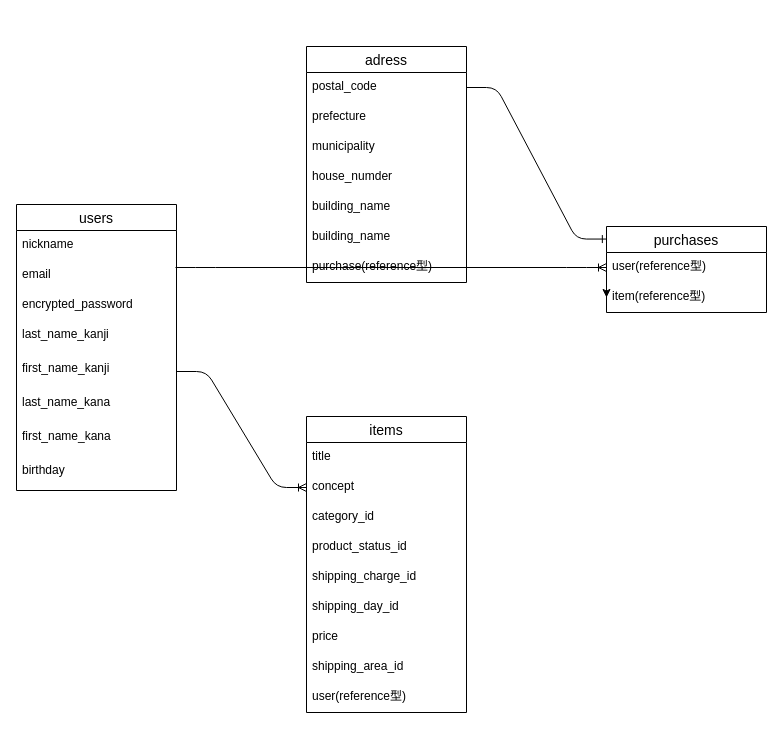
The draw.io diagram furima.dio in yusei0726/furima-30315, before the edit. Source tidied: cells renumbered, new cells numbered last; positions are measured from the earlier drawing's top-left corner, leaving out a move shared by most shapes. Both pictures are drawn from the tidied source at 100%, with x=0, y=0 at pixel (16, 46).
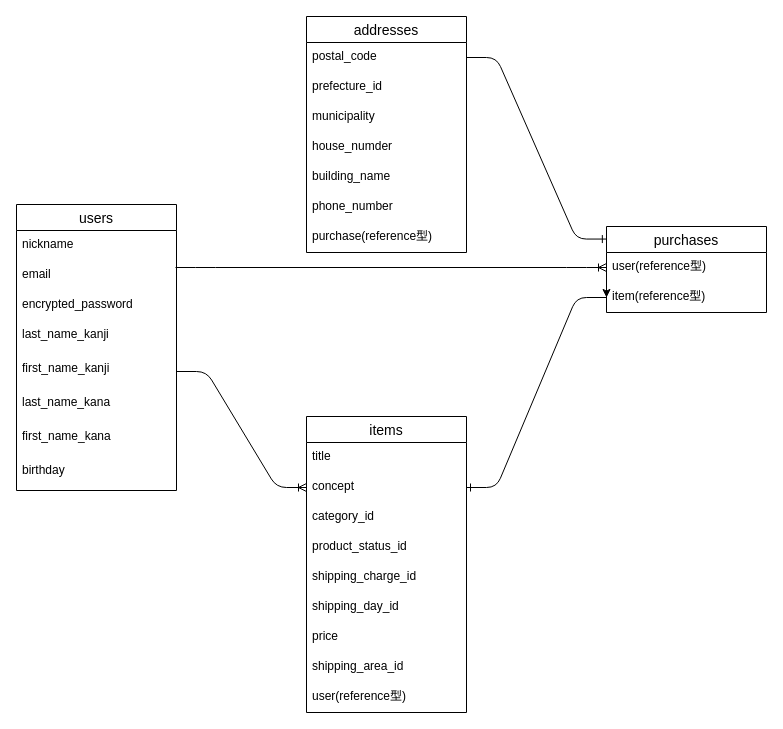
The same diagram, later.

Commit message (it also covers changes not shown here):
データベース設計の修正(3回目)

The change refers to these unchanged cells:
```xml
<mxCell id="4" value="concept" style="text;strokeColor=none;fillColor=none;spacingLeft=4;spacingRight=4;overflow=hidden;points=[[0,0.5],[1,0.5]];portConstraint=eastwest;fontSize=12;" parent="2" vertex="1">
  <mxGeometry y="56" width="160" height="30" as="geometry" />
</mxCell>
<mxCell id="23" value="item(reference型)" style="text;strokeColor=none;fillColor=none;spacingLeft=4;spacingRight=4;overflow=hidden;points=[[0,0.5],[1,0.5]];portConstraint=eastwest;fontSize=12;" parent="20" vertex="1">
  <mxGeometry y="56" width="160" height="30" as="geometry" />
</mxCell>
```

Change to the diagram source:
```diff
@@
-    <mxCell id="12" value="adress" style="swimlane;fontStyle=0;horizontal=1;startSize=26;align=center;fontSize=14;" parent="1" vertex="1">
-      <mxGeometry x="290" width="160" height="236" as="geometry" />
+    <mxCell id="12" value="addresses" style="swimlane;fontStyle=0;horizontal=1;startSize=26;align=center;fontSize=14;" parent="1" vertex="1">
+      <mxGeometry x="290" y="-30" width="160" height="236" as="geometry" />
     </mxCell>
@@
-    <mxCell id="14" value="prefecture" style="text;strokeColor=none;fillColor=none;spacingLeft=4;spacingRight=4;overflow=hidden;fontSize=12;" parent="12" vertex="1">
+    <mxCell id="14" value="prefecture_id" style="text;strokeColor=none;fillColor=none;spacingLeft=4;spacingRight=4;overflow=hidden;fontSize=12;" parent="12" vertex="1">
       <mxGeometry y="56" width="160" height="30" as="geometry" />
     </mxCell>
@@
-    <mxCell id="18" value="building_name" style="text;strokeColor=none;fillColor=none;spacingLeft=4;spacingRight=4;overflow=hidden;fontSize=12;" parent="12" vertex="1">
+    <mxCell id="18" value="phone_number" style="text;strokeColor=none;fillColor=none;spacingLeft=4;spacingRight=4;overflow=hidden;fontSize=12;" parent="12" vertex="1">
       <mxGeometry y="176" width="160" height="30" as="geometry" />
     </mxCell>
@@
+    <mxCell id="36" style="edgeStyle=entityRelationEdgeStyle;fontSize=12;html=1;endArrow=ERone;endFill=1;entryX=1;entryY=0.5;entryDx=0;entryDy=0;exitX=0;exitY=0.5;exitDx=0;exitDy=0;" parent="1" edge="1" source="23" target="4">
+      <mxGeometry relative="1" as="geometry" />
+    </mxCell>
```
